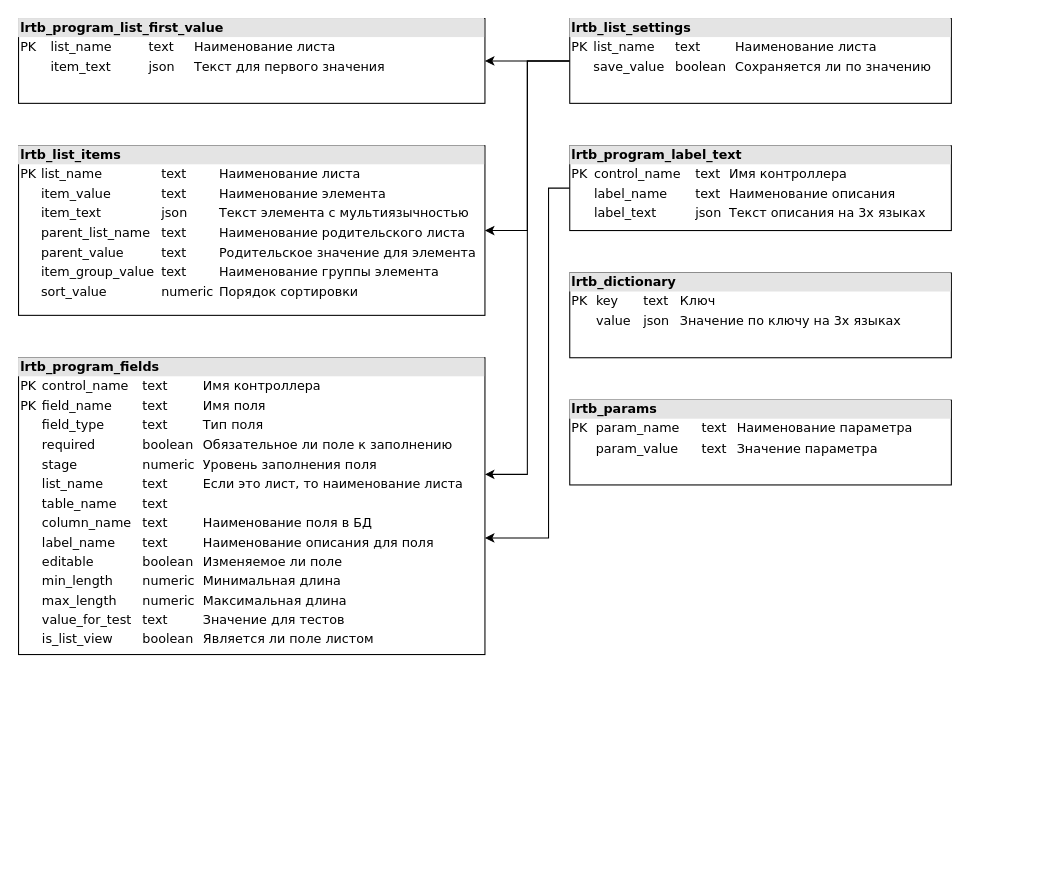
Above: page "Application Settings" (1 of 2) of First Project/LoanRegistration_DB.drawio in lero4ka1095/CoreRepository (draw.io), before the change. Source tidied: cells renumbered, new cells numbered last; positions are measured from the earlier drawing's top-left corner, leaving out a move shared by most shapes. Both pictures are drawn from the tidied source at 106%, with x=0, y=0 at pixel (18, 18).
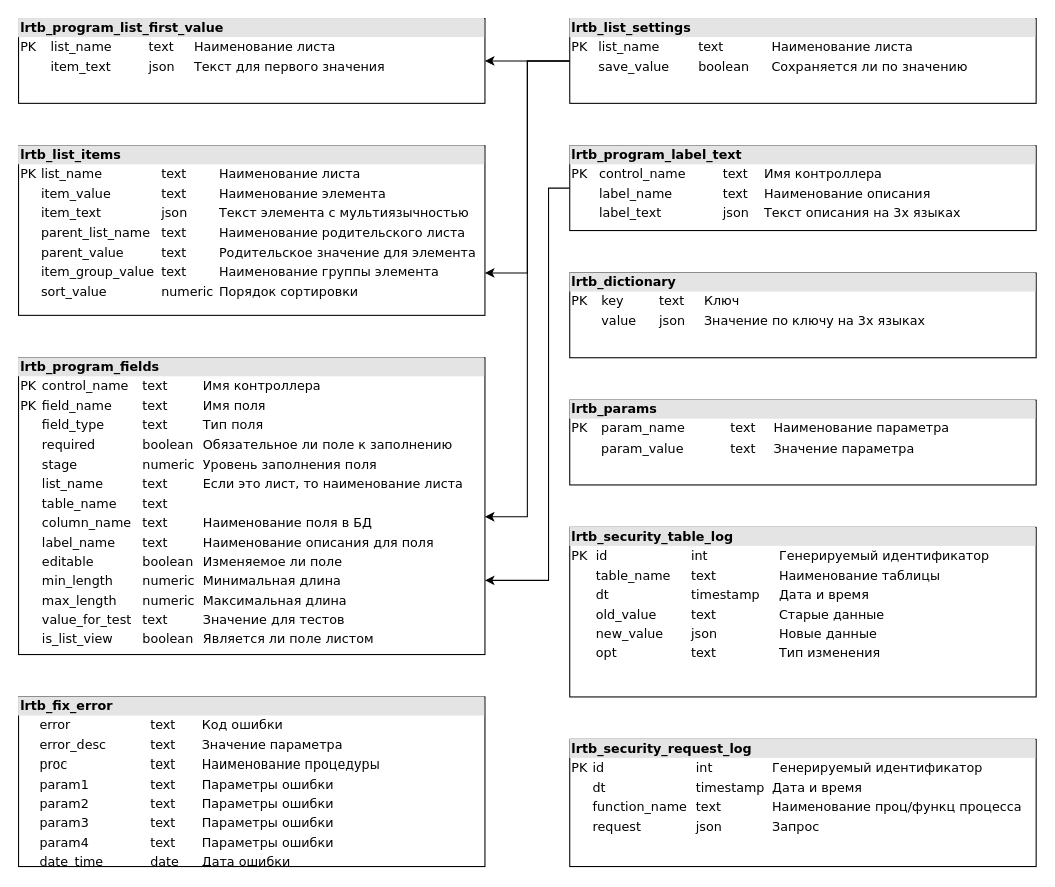
Above is the later version.

The change refers to these unchanged cells:
```xml
<mxCell id="6" value="&lt;div style=&quot;box-sizing: border-box ; width: 100% ; background: #e4e4e4 ; padding: 2px&quot;&gt;&lt;b&gt;lrtb_list_items&lt;/b&gt;&lt;/div&gt;&lt;table style=&quot;width: 100% ; font-size: 1em&quot; cellpadding=&quot;2&quot; cellspacing=&quot;0&quot;&gt;&lt;tbody&gt;&lt;tr&gt;&lt;td&gt;PK&lt;/td&gt;&lt;td&gt;list_name&lt;br&gt;&lt;/td&gt;&lt;td&gt;text&lt;/td&gt;&lt;td&gt;Наименование листа&lt;/td&gt;&lt;/tr&gt;&lt;tr&gt;&lt;td&gt;&lt;br&gt;&lt;/td&gt;&lt;td&gt;item_value&lt;/td&gt;&lt;td&gt;text&lt;/td&gt;&lt;td&gt;Наименование элемента&lt;/td&gt;&lt;/tr&gt;&lt;tr&gt;&lt;td&gt;&lt;br&gt;&lt;/td&gt;&lt;td&gt;item_text&lt;/td&gt;&lt;td&gt;json&lt;/td&gt;&lt;td&gt;Текст элемента с мультиязычностью&lt;/td&gt;&lt;/tr&gt;&lt;tr&gt;&lt;td&gt;&lt;br&gt;&lt;/td&gt;&lt;td&gt;parent_list_name&lt;/td&gt;&lt;td&gt;text&lt;/td&gt;&lt;td&gt;Наименование родительского листа&lt;/td&gt;&lt;/tr&gt;&lt;tr&gt;&lt;td&gt;&lt;br&gt;&lt;/td&gt;&lt;td&gt;parent_value&lt;/td&gt;&lt;td&gt;text&lt;/td&gt;&lt;td&gt;Родительское значение для элемента&lt;/td&gt;&lt;/tr&gt;&lt;tr&gt;&lt;td&gt;&lt;br&gt;&lt;/td&gt;&lt;td&gt;item_group_value&lt;/td&gt;&lt;td&gt;text&lt;/td&gt;&lt;td&gt;Наименование группы элемента&lt;/td&gt;&lt;/tr&gt;&lt;tr&gt;&lt;td&gt;&lt;br&gt;&lt;/td&gt;&lt;td&gt;sort_value&lt;/td&gt;&lt;td&gt;numeric&lt;/td&gt;&lt;td&gt;Порядок сортировки&lt;/td&gt;&lt;/tr&gt;&lt;/tbody&gt;&lt;/table&gt;" style="verticalAlign=top;align=left;overflow=fill;html=1;rounded=0;shadow=0;comic=0;labelBackgroundColor=none;strokeWidth=1;fontFamily=Verdana;fontSize=12;" parent="1" vertex="1">
  <mxGeometry y="120" width="440" height="160" as="geometry" />
</mxCell>
<mxCell id="8" value="&lt;div style=&quot;box-sizing: border-box ; width: 100% ; background: #e4e4e4 ; padding: 2px&quot;&gt;&lt;b&gt;lrtb_program_fields&lt;/b&gt;&lt;br&gt;&lt;/div&gt;&lt;table style=&quot;width: 100% ; font-size: 1em&quot; cellpadding=&quot;2&quot; cellspacing=&quot;0&quot;&gt;&lt;tbody&gt;&lt;tr&gt;&lt;td&gt;PK&lt;/td&gt;&lt;td&gt;control_name&lt;br&gt;&lt;/td&gt;&lt;td&gt;text&lt;/td&gt;&lt;td&gt;Имя контроллера&lt;/td&gt;&lt;/tr&gt;&lt;tr&gt;&lt;td&gt;PK&lt;/td&gt;&lt;td&gt;field_name&lt;/td&gt;&lt;td&gt;text&lt;br&gt;&lt;/td&gt;&lt;td&gt;Имя поля&lt;/td&gt;&lt;/tr&gt;&lt;tr&gt;&lt;td&gt;&lt;br&gt;&lt;/td&gt;&lt;td&gt;field_type&lt;br&gt;&lt;/td&gt;&lt;td&gt;text&lt;br&gt;&lt;/td&gt;&lt;td&gt;Тип поля&lt;br&gt;&lt;/td&gt;&lt;/tr&gt;&lt;tr&gt;&lt;td&gt;&lt;br&gt;&lt;/td&gt;&lt;td&gt;required&lt;br&gt;&lt;/td&gt;&lt;td&gt;boolean&lt;/td&gt;&lt;td&gt;Обязательное ли поле к заполнению&lt;/td&gt;&lt;/tr&gt;&lt;tr&gt;&lt;td&gt;&lt;br&gt;&lt;/td&gt;&lt;td&gt;stage&lt;br&gt;&lt;/td&gt;&lt;td&gt;numeric&lt;/td&gt;&lt;td&gt;Уровень заполнения поля&lt;/td&gt;&lt;/tr&gt;&lt;tr&gt;&lt;td&gt;&lt;br&gt;&lt;/td&gt;&lt;td&gt;list_name&lt;br&gt;&lt;/td&gt;&lt;td&gt;text&lt;br&gt;&lt;/td&gt;&lt;td&gt;Если это лист, то наименование листа&lt;/td&gt;&lt;/tr&gt;&lt;tr&gt;&lt;td&gt;&lt;br&gt;&lt;/td&gt;&lt;td&gt;table_name&lt;br&gt;&lt;/td&gt;&lt;td&gt;text&lt;br&gt;&lt;/td&gt;&lt;td&gt;&lt;br&gt;&lt;/td&gt;&lt;/tr&gt;&lt;tr&gt;&lt;td&gt;&lt;br&gt;&lt;/td&gt;&lt;td&gt;column_name&lt;br&gt;&lt;/td&gt;&lt;td&gt;text&lt;br&gt;&lt;/td&gt;&lt;td&gt;Наименование поля в БД&lt;/td&gt;&lt;/tr&gt;&lt;tr&gt;&lt;td&gt;&lt;br&gt;&lt;/td&gt;&lt;td&gt;label_name&lt;br&gt;&lt;/td&gt;&lt;td&gt;text&lt;br&gt;&lt;/td&gt;&lt;td&gt;Наименование описания для поля&lt;/td&gt;&lt;/tr&gt;&lt;tr&gt;&lt;td&gt;&lt;br&gt;&lt;/td&gt;&lt;td&gt;editable&lt;br&gt;&lt;/td&gt;&lt;td&gt;boolean&lt;/td&gt;&lt;td&gt;Изменяемое ли поле&lt;/td&gt;&lt;/tr&gt;&lt;tr&gt;&lt;td&gt;&lt;br&gt;&lt;/td&gt;&lt;td&gt;min_length&lt;br&gt;&lt;/td&gt;&lt;td&gt;numeric&lt;/td&gt;&lt;td&gt;Минимальная длина&amp;nbsp;&lt;/td&gt;&lt;/tr&gt;&lt;tr&gt;&lt;td&gt;&lt;br&gt;&lt;/td&gt;&lt;td&gt;max_length&lt;br&gt;&lt;/td&gt;&lt;td&gt;numeric&lt;br&gt;&lt;/td&gt;&lt;td&gt;Максимальная длина&lt;br&gt;&lt;/td&gt;&lt;/tr&gt;&lt;tr&gt;&lt;td&gt;&lt;br&gt;&lt;/td&gt;&lt;td&gt;value_for_test&lt;br&gt;&lt;/td&gt;&lt;td&gt;text&lt;/td&gt;&lt;td&gt;Значение для тестов&lt;/td&gt;&lt;/tr&gt;&lt;tr&gt;&lt;td&gt;&lt;br&gt;&lt;/td&gt;&lt;td&gt;is_list_view&lt;br&gt;&lt;/td&gt;&lt;td&gt;boolean&lt;/td&gt;&lt;td&gt;Является ли поле листом&lt;/td&gt;&lt;/tr&gt;&lt;/tbody&gt;&lt;/table&gt;" style="verticalAlign=top;align=left;overflow=fill;html=1;rounded=0;shadow=0;comic=0;labelBackgroundColor=none;strokeWidth=1;fontFamily=Verdana;fontSize=12;" parent="1" vertex="1">
  <mxGeometry y="320" width="440" height="280" as="geometry" />
</mxCell>
```

What changed in the source:
```diff
@@
     <mxCell id="2" style="edgeStyle=orthogonalEdgeStyle;rounded=0;jettySize=auto;html=1;" parent="1" edge="1" source="5" target="6">
       <mxGeometry relative="1" as="geometry">
         <Array as="points">
           <mxPoint x="480" y="40" />
-          <mxPoint x="480" y="200" />
+          <mxPoint x="480" y="240" />
         </Array>
       </mxGeometry>
     </mxCell>
@@
     <mxCell id="4" style="edgeStyle=orthogonalEdgeStyle;rounded=0;jettySize=auto;html=1;" parent="1" edge="1" source="5" target="8">
       <mxGeometry relative="1" as="geometry">
         <Array as="points">
           <mxPoint x="480" y="40" />
-          <mxPoint x="480" y="430" />
+          <mxPoint x="480" y="470" />
         </Array>
       </mxGeometry>
     </mxCell>
     <mxCell id="5" value="&lt;div style=&quot;box-sizing: border-box ; width: 100% ; background: #e4e4e4 ; padding: 2px&quot;&gt;&lt;b&gt;lrtb_list_settings&lt;/b&gt;&lt;/div&gt;&lt;table style=&quot;width: 100% ; font-size: 1em&quot; cellpadding=&quot;2&quot; cellspacing=&quot;0&quot;&gt;&lt;tbody&gt;&lt;tr&gt;&lt;td&gt;PK&lt;/td&gt;&lt;td&gt;list_name&lt;br&gt;&lt;/td&gt;&lt;td&gt;text&lt;/td&gt;&lt;td&gt;Наименование листа&lt;br&gt;&lt;/td&gt;&lt;/tr&gt;&lt;tr&gt;&lt;td&gt;&lt;br&gt;&lt;/td&gt;&lt;td&gt;save_value&lt;/td&gt;&lt;td&gt;boolean&lt;/td&gt;&lt;td&gt;Сохраняется ли по значению&lt;/td&gt;&lt;/tr&gt;&lt;/tbody&gt;&lt;/table&gt;" style="verticalAlign=top;align=left;overflow=fill;html=1;rounded=0;shadow=0;comic=0;labelBackgroundColor=none;strokeWidth=1;fontFamily=Verdana;fontSize=12;" parent="1" vertex="1">
-      <mxGeometry x="520" width="360" height="80" as="geometry" />
+      <mxGeometry x="520" width="440" height="80" as="geometry" />
     </mxCell>
@@
     <mxCell id="9" style="edgeStyle=orthogonalEdgeStyle;rounded=0;jettySize=auto;html=1;" parent="1" edge="1" source="10" target="8">
       <mxGeometry relative="1" as="geometry">
         <Array as="points">
           <mxPoint x="500" y="160" />
-          <mxPoint x="500" y="490" />
+          <mxPoint x="500" y="530" />
         </Array>
       </mxGeometry>
     </mxCell>
     <mxCell id="10" value="&lt;div style=&quot;box-sizing: border-box ; width: 100% ; background: #e4e4e4 ; padding: 2px&quot;&gt;&lt;b&gt;lrtb_program_label_text&lt;/b&gt;&lt;br&gt;&lt;/div&gt;&lt;table style=&quot;width: 100% ; font-size: 1em&quot; cellpadding=&quot;2&quot; cellspacing=&quot;0&quot;&gt;&lt;tbody&gt;&lt;tr&gt;&lt;td&gt;PK&lt;/td&gt;&lt;td&gt;control_name&lt;br&gt;&lt;/td&gt;&lt;td&gt;text&lt;/td&gt;&lt;td&gt;Имя контроллера&lt;br&gt;&lt;/td&gt;&lt;/tr&gt;&lt;tr&gt;&lt;td&gt;&lt;br&gt;&lt;/td&gt;&lt;td&gt;label_name&lt;/td&gt;&lt;td&gt;text&lt;br&gt;&lt;/td&gt;&lt;td&gt;Наименование описания&lt;br&gt;&lt;/td&gt;&lt;/tr&gt;&lt;tr&gt;&lt;td&gt;&lt;br&gt;&lt;/td&gt;&lt;td&gt;label_text&lt;br&gt;&lt;/td&gt;&lt;td&gt;json&lt;/td&gt;&lt;td&gt;Текст описания на 3х языках&lt;/td&gt;&lt;/tr&gt;&lt;/tbody&gt;&lt;/table&gt;" style="verticalAlign=top;align=left;overflow=fill;html=1;rounded=0;shadow=0;comic=0;labelBackgroundColor=none;strokeWidth=1;fontFamily=Verdana;fontSize=12;" parent="1" vertex="1">
-      <mxGeometry x="520" y="120" width="360" height="80" as="geometry" />
+      <mxGeometry x="520" y="120" width="440" height="80" as="geometry" />
     </mxCell>
     <mxCell id="11" value="&lt;div style=&quot;box-sizing: border-box ; width: 100% ; background: #e4e4e4 ; padding: 2px&quot;&gt;&lt;b&gt;lrtb_dictionary&lt;/b&gt;&lt;br&gt;&lt;/div&gt;&lt;table style=&quot;width: 100% ; font-size: 1em&quot; cellpadding=&quot;2&quot; cellspacing=&quot;0&quot;&gt;&lt;tbody&gt;&lt;tr&gt;&lt;td&gt;PK&lt;/td&gt;&lt;td&gt;key&lt;br&gt;&lt;/td&gt;&lt;td&gt;text&lt;/td&gt;&lt;td&gt;Ключ&lt;/td&gt;&lt;/tr&gt;&lt;tr&gt;&lt;td&gt;&lt;br&gt;&lt;/td&gt;&lt;td&gt;value&lt;br&gt;&lt;/td&gt;&lt;td&gt;json&lt;/td&gt;&lt;td&gt;Значение по ключу на 3х языках&lt;/td&gt;&lt;/tr&gt;&lt;/tbody&gt;&lt;/table&gt;" style="verticalAlign=top;align=left;overflow=fill;html=1;rounded=0;shadow=0;comic=0;labelBackgroundColor=none;strokeWidth=1;fontFamily=Verdana;fontSize=12;" parent="1" vertex="1">
-      <mxGeometry x="520" y="240" width="360" height="80" as="geometry" />
+      <mxGeometry x="520" y="240" width="440" height="80" as="geometry" />
     </mxCell>
     <mxCell id="12" value="&lt;div style=&quot;box-sizing: border-box ; width: 100% ; background: #e4e4e4 ; padding: 2px&quot;&gt;&lt;b&gt;lrtb_params&lt;/b&gt;&lt;br&gt;&lt;/div&gt;&lt;table style=&quot;width: 100% ; font-size: 1em&quot; cellpadding=&quot;2&quot; cellspacing=&quot;0&quot;&gt;&lt;tbody&gt;&lt;tr&gt;&lt;td&gt;PK&lt;/td&gt;&lt;td&gt;param_name&lt;br&gt;&lt;/td&gt;&lt;td&gt;text&lt;/td&gt;&lt;td&gt;Наименование параметра&lt;/td&gt;&lt;/tr&gt;&lt;tr&gt;&lt;td&gt;&lt;br&gt;&lt;/td&gt;&lt;td&gt;param_value&lt;br&gt;&lt;/td&gt;&lt;td&gt;text&lt;/td&gt;&lt;td&gt;Значение параметра&lt;/td&gt;&lt;/tr&gt;&lt;/tbody&gt;&lt;/table&gt;" style="verticalAlign=top;align=left;overflow=fill;html=1;rounded=0;shadow=0;comic=0;labelBackgroundColor=none;strokeWidth=1;fontFamily=Verdana;fontSize=12;" parent="1" vertex="1">
-      <mxGeometry x="520" y="360" width="360" height="80" as="geometry" />
+      <mxGeometry x="520" y="360" width="440" height="80" as="geometry" />
     </mxCell>
+    <mxCell id="13" value="&lt;div style=&quot;box-sizing: border-box ; width: 100% ; background: #e4e4e4 ; padding: 2px&quot;&gt;&lt;b&gt;lrtb_fix_error&lt;/b&gt;&lt;br&gt;&lt;/div&gt;&lt;table style=&quot;width: 100% ; font-size: 1em&quot; cellpadding=&quot;2&quot; cellspacing=&quot;0&quot;&gt;&lt;tbody&gt;&lt;tr&gt;&lt;td&gt;&amp;nbsp;&amp;nbsp;&lt;/td&gt;&lt;td&gt;error&lt;br&gt;&lt;/td&gt;&lt;td&gt;text&lt;/td&gt;&lt;td&gt;Код ошибки&lt;/td&gt;&lt;/tr&gt;&lt;tr&gt;&lt;td&gt;&lt;br&gt;&lt;/td&gt;&lt;td&gt;error_desc&lt;br&gt;&lt;/td&gt;&lt;td&gt;text&lt;/td&gt;&lt;td&gt;Значение параметра&lt;/td&gt;&lt;/tr&gt;&lt;tr&gt;&lt;td&gt;&lt;br&gt;&lt;/td&gt;&lt;td&gt;proc&lt;br&gt;&lt;/td&gt;&lt;td&gt;text&lt;/td&gt;&lt;td&gt;Наименование процедуры&lt;/td&gt;&lt;/tr&gt;&lt;tr&gt;&lt;td&gt;&lt;br&gt;&lt;/td&gt;&lt;td&gt;param1&lt;br&gt;&lt;/td&gt;&lt;td&gt;text&lt;br&gt;&lt;/td&gt;&lt;td&gt;Параметры ошибки&lt;/td&gt;&lt;/tr&gt;&lt;tr&gt;&lt;td&gt;&lt;br&gt;&lt;/td&gt;&lt;td&gt;param2&lt;br&gt;&lt;/td&gt;&lt;td&gt;text&lt;br&gt;&lt;/td&gt;&lt;td&gt;Параметры ошибки&lt;br&gt;&lt;/td&gt;&lt;/tr&gt;&lt;tr&gt;&lt;td&gt;&lt;br&gt;&lt;/td&gt;&lt;td&gt;param3&lt;br&gt;&lt;/td&gt;&lt;td&gt;text&lt;br&gt;&lt;/td&gt;&lt;td&gt;Параметры ошибки&lt;br&gt;&lt;/td&gt;&lt;/tr&gt;&lt;tr&gt;&lt;td&gt;&lt;br&gt;&lt;/td&gt;&lt;td&gt;param4&lt;br&gt;&lt;/td&gt;&lt;td&gt;text&lt;br&gt;&lt;/td&gt;&lt;td&gt;Параметры ошибки&lt;br&gt;&lt;/td&gt;&lt;/tr&gt;&lt;tr&gt;&lt;td&gt;&lt;br&gt;&lt;/td&gt;&lt;td&gt;date_time&lt;/td&gt;&lt;td&gt;date&lt;/td&gt;&lt;td&gt;Дата ошибки&lt;/td&gt;&lt;/tr&gt;&lt;/tbody&gt;&lt;/table&gt;" style="verticalAlign=top;align=left;overflow=fill;html=1;rounded=0;shadow=0;comic=0;labelBackgroundColor=none;strokeWidth=1;fontFamily=Verdana;fontSize=12;" parent="1" vertex="1">
+      <mxGeometry y="640" width="440" height="160" as="geometry" />
+    </mxCell>
+    <mxCell id="14" value="&lt;div style=&quot;box-sizing: border-box ; width: 100% ; background: #e4e4e4 ; padding: 2px&quot;&gt;&lt;b&gt;lrtb_security_request_log&lt;/b&gt;&lt;br&gt;&lt;/div&gt;&lt;table style=&quot;width: 100% ; font-size: 1em&quot; cellpadding=&quot;2&quot; cellspacing=&quot;0&quot;&gt;&lt;tbody&gt;&lt;tr&gt;&lt;td&gt;PK&lt;/td&gt;&lt;td&gt;id&lt;br&gt;&lt;/td&gt;&lt;td&gt;int&lt;/td&gt;&lt;td&gt;Генерируемый идентификатор&lt;/td&gt;&lt;/tr&gt;&lt;tr&gt;&lt;td&gt;&lt;br&gt;&lt;/td&gt;&lt;td&gt;dt&lt;br&gt;&lt;/td&gt;&lt;td&gt;timestamp&lt;/td&gt;&lt;td&gt;Дата и время&lt;/td&gt;&lt;/tr&gt;&lt;tr&gt;&lt;td&gt;&lt;br&gt;&lt;/td&gt;&lt;td&gt;function_name&lt;br&gt;&lt;/td&gt;&lt;td&gt;text&lt;/td&gt;&lt;td&gt;Наименование проц/функц процесса&lt;br&gt;&lt;/td&gt;&lt;/tr&gt;&lt;tr&gt;&lt;td&gt;&lt;br&gt;&lt;/td&gt;&lt;td&gt;request&lt;br&gt;&lt;/td&gt;&lt;td&gt;json&lt;/td&gt;&lt;td&gt;Запрос&lt;/td&gt;&lt;/tr&gt;&lt;/tbody&gt;&lt;/table&gt;" style="verticalAlign=top;align=left;overflow=fill;html=1;rounded=0;shadow=0;comic=0;labelBackgroundColor=none;strokeWidth=1;fontFamily=Verdana;fontSize=12;" parent="1" vertex="1">
+      <mxGeometry x="520" y="680" width="440" height="120" as="geometry" />
+    </mxCell>
+    <mxCell id="15" value="&lt;div style=&quot;box-sizing: border-box ; width: 100% ; background: #e4e4e4 ; padding: 2px&quot;&gt;&lt;b&gt;lrtb_security_table_log&lt;/b&gt;&lt;br&gt;&lt;/div&gt;&lt;table style=&quot;width: 100% ; font-size: 1em&quot; cellpadding=&quot;2&quot; cellspacing=&quot;0&quot;&gt;&lt;tbody&gt;&lt;tr&gt;&lt;td&gt;PK&lt;/td&gt;&lt;td&gt;id&lt;br&gt;&lt;/td&gt;&lt;td&gt;int&lt;/td&gt;&lt;td&gt;Генерируемый идентификатор&lt;/td&gt;&lt;/tr&gt;&lt;tr&gt;&lt;td&gt;&lt;br&gt;&lt;/td&gt;&lt;td&gt;table_name&lt;/td&gt;&lt;td&gt;text&lt;/td&gt;&lt;td&gt;Наименование таблицы&lt;/td&gt;&lt;/tr&gt;&lt;tr&gt;&lt;td&gt;&lt;br&gt;&lt;/td&gt;&lt;td&gt;dt&lt;br&gt;&lt;/td&gt;&lt;td&gt;timestamp&lt;/td&gt;&lt;td&gt;Дата и время&lt;br&gt;&lt;/td&gt;&lt;/tr&gt;&lt;tr&gt;&lt;td&gt;&lt;br&gt;&lt;/td&gt;&lt;td&gt;old_value&lt;br&gt;&lt;/td&gt;&lt;td&gt;text&lt;/td&gt;&lt;td&gt;Старые данные&lt;/td&gt;&lt;/tr&gt;&lt;tr&gt;&lt;td&gt;&lt;br&gt;&lt;/td&gt;&lt;td&gt;new_value&lt;br&gt;&lt;/td&gt;&lt;td&gt;json&lt;/td&gt;&lt;td&gt;Новые данные&lt;/td&gt;&lt;/tr&gt;&lt;tr&gt;&lt;td&gt;&lt;br&gt;&lt;/td&gt;&lt;td&gt;opt&lt;/td&gt;&lt;td&gt;text&lt;/td&gt;&lt;td&gt;Тип изменения&lt;/td&gt;&lt;/tr&gt;&lt;/tbody&gt;&lt;/table&gt;" style="verticalAlign=top;align=left;overflow=fill;html=1;rounded=0;shadow=0;comic=0;labelBackgroundColor=none;strokeWidth=1;fontFamily=Verdana;fontSize=12;" parent="1" vertex="1">
+      <mxGeometry x="520" y="480" width="440" height="160" as="geometry" />
+    </mxCell>
```
